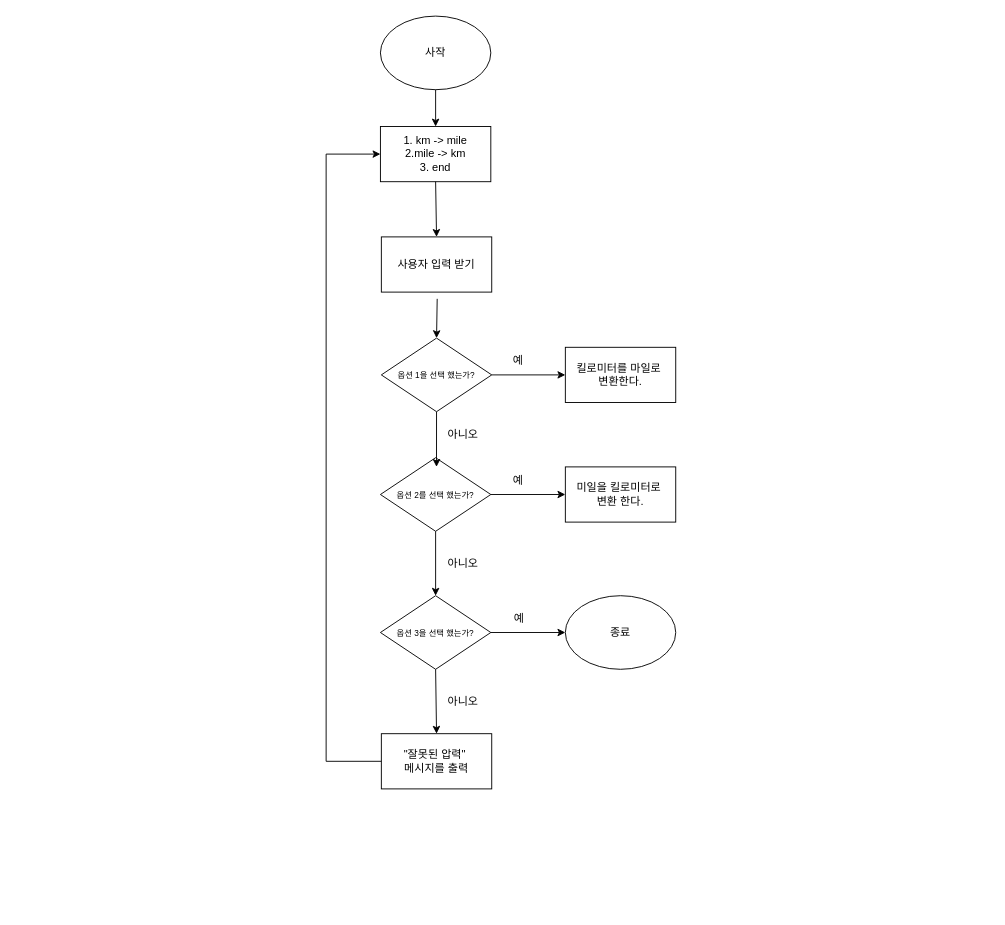
Earlier version of the draw.io diagram page "페이지-2" (2 of 2) of 제목 없는 다이어그램.drawio (kimboxu/pytet). Source tidied: cells renumbered, new cells numbered last; positions are measured from the earlier drawing's top-left corner, leaving out a move shared by most shapes. Both pictures are drawn from the tidied source at 92%, with x=0, y=0 at pixel (326, 16).
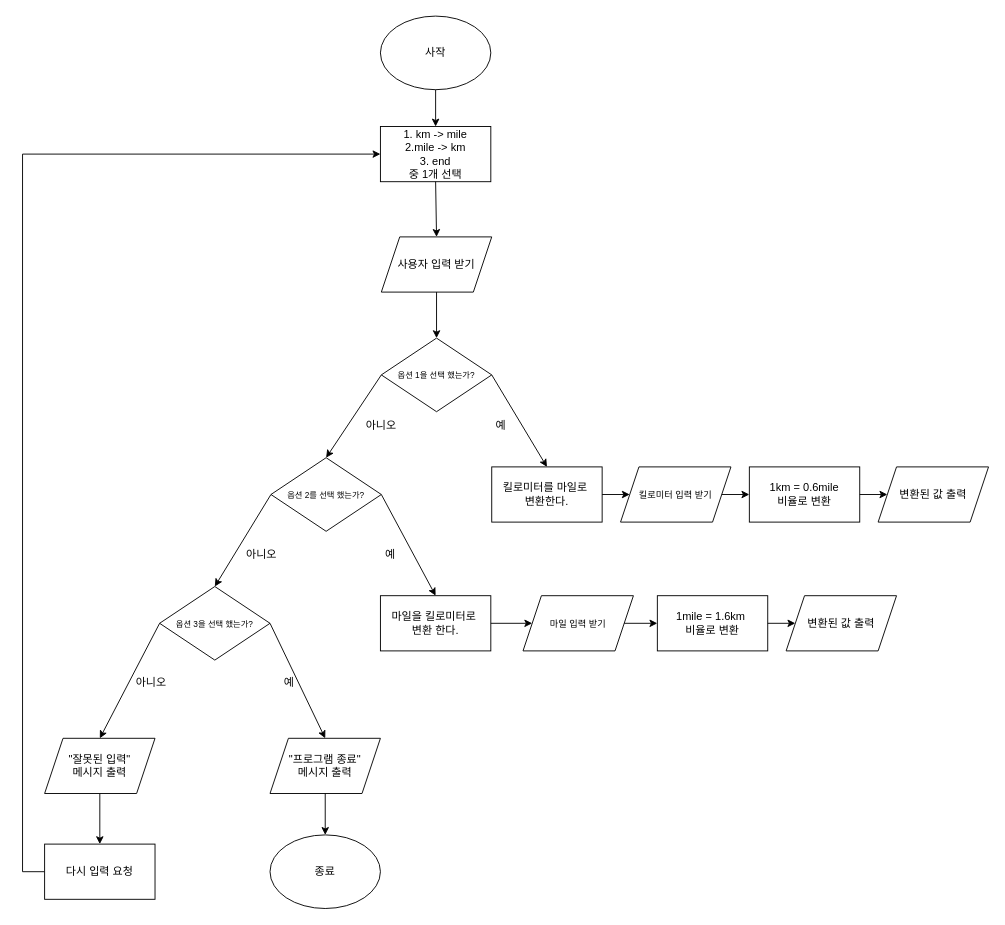
Above is the later version.

Commit message:
제목 없는 다이어그램.drawio 업데이트

The change refers to these unchanged cells:
```xml
<mxCell id="5" value="&lt;font style=&quot;font-size: 9px;&quot;&gt;옵션 1을 선택 했는가?&lt;/font&gt;" style="rhombus;whiteSpace=wrap;html=1;" parent="1" vertex="1">
  <mxGeometry x="60" y="350" width="120" height="80" as="geometry" />
</mxCell>
```

The edit, as a diff of the source:
```diff
@@
-    <mxCell id="3" value="1. km -&amp;gt; mile&lt;div&gt;2.mile -&amp;gt; km&lt;/div&gt;&lt;div&gt;3. end&lt;/div&gt;" style="rounded=0;whiteSpace=wrap;html=1;" parent="1" vertex="1">
+    <mxCell id="3" value="1. km -&amp;gt; mile&lt;div&gt;2.mile -&amp;gt; km&lt;/div&gt;&lt;div&gt;3. end&lt;br&gt;중 1개 선택&lt;/div&gt;" style="rounded=0;whiteSpace=wrap;html=1;" parent="1" vertex="1">
       <mxGeometry x="59" y="120" width="120" height="60" as="geometry" />
     </mxCell>
-    <mxCell id="4" value="사용자 입력 받기" style="rounded=0;whiteSpace=wrap;html=1;" parent="1" vertex="1">
-      <mxGeometry x="60" y="240" width="120" height="60" as="geometry" />
-    </mxCell>
@@
     <mxCell id="6" value="킬로미터를 마일로&amp;nbsp;&lt;div&gt;변환한다.&lt;/div&gt;" style="rounded=0;whiteSpace=wrap;html=1;" parent="1" vertex="1">
-      <mxGeometry x="260" y="360" width="120" height="60" as="geometry" />
+      <mxGeometry x="180" y="490" width="120" height="60" as="geometry" />
     </mxCell>
-    <mxCell id="7" value="미일을 킬로미터로&amp;nbsp;&lt;div&gt;변환 한다.&lt;/div&gt;" style="rounded=0;whiteSpace=wrap;html=1;" parent="1" vertex="1">
-      <mxGeometry x="260" y="490" width="120" height="60" as="geometry" />
+    <mxCell id="7" value="마일을 킬로미터로&amp;nbsp;&lt;div&gt;변환 한다.&lt;/div&gt;" style="rounded=0;whiteSpace=wrap;html=1;" parent="1" vertex="1">
+      <mxGeometry x="59" y="630" width="120" height="60" as="geometry" />
     </mxCell>
     <mxCell id="8" value="종료" style="ellipse;whiteSpace=wrap;html=1;" parent="1" vertex="1">
-      <mxGeometry x="260" y="630" width="120" height="80" as="geometry" />
+      <mxGeometry x="-61" y="890" width="120" height="80" as="geometry" />
     </mxCell>
     <mxCell id="9" value="&lt;font style=&quot;font-size: 9px;&quot;&gt;옵션 3을 선택 했는가?&lt;/font&gt;" style="rhombus;whiteSpace=wrap;html=1;" parent="1" vertex="1">
-      <mxGeometry x="59" y="630" width="120" height="80" as="geometry" />
+      <mxGeometry x="-181" y="620" width="120" height="80" as="geometry" />
     </mxCell>
     <mxCell id="10" value="&lt;font style=&quot;font-size: 9px;&quot;&gt;옵션 2를&lt;/font&gt;&lt;span style=&quot;font-size: 9px; background-color: transparent; color: light-dark(rgb(0, 0, 0), rgb(255, 255, 255));&quot;&gt;&amp;nbsp;선택 했는가?&lt;/span&gt;" style="rhombus;whiteSpace=wrap;html=1;" parent="1" vertex="1">
-      <mxGeometry x="59" y="480" width="120" height="80" as="geometry" />
+      <mxGeometry x="-60" y="480" width="120" height="80" as="geometry" />
     </mxCell>
-    <mxCell id="11" value="&quot;잘못된 압력&quot;&amp;nbsp;&lt;div&gt;메시지를 출력&lt;/div&gt;" style="rounded=0;whiteSpace=wrap;html=1;" parent="1" vertex="1">
-      <mxGeometry x="60" y="780" width="120" height="60" as="geometry" />
-    </mxCell>
-    <mxCell id="12" style="endArrow=classic;html=1;rounded=0;exitX=0;exitY=0.5;exitDx=0;exitDy=0;entryX=0;entryY=0.5;entryDx=0;entryDy=0;" parent="1" edge="1" source="11" target="3">
+    <mxCell id="12" style="endArrow=classic;html=1;rounded=0;exitX=0;exitY=0.5;exitDx=0;exitDy=0;entryX=0;entryY=0.5;entryDx=0;entryDy=0;" parent="1" edge="1" source="31" target="3">
       <mxGeometry relative="1" as="geometry">
         <Array as="points">
-          <mxPoint y="810" />
-          <mxPoint y="150" />
+          <mxPoint x="-330" y="930" />
+          <mxPoint x="-330" y="150" />
         </Array>
       </mxGeometry>
     </mxCell>
@@
-    <mxCell id="15" style="endArrow=classic;html=1;rounded=0;exitX=0.5;exitY=1;exitDx=0;exitDy=0;" parent="1" edge="1" source="10" target="9">
+    <mxCell id="15" style="endArrow=classic;html=1;rounded=0;exitX=0;exitY=0.5;exitDx=0;exitDy=0;entryX=0.5;entryY=0;entryDx=0;entryDy=0;" parent="1" edge="1" source="10" target="9">
       <mxGeometry relative="1" as="geometry" />
     </mxCell>
-    <mxCell id="16" style="endArrow=classic;html=1;rounded=0;exitX=0.5;exitY=1;exitDx=0;exitDy=0;entryX=0.508;entryY=0.125;entryDx=0;entryDy=0;entryPerimeter=0;" parent="1" edge="1" source="5" target="10">
+    <mxCell id="16" style="endArrow=classic;html=1;rounded=0;exitX=0;exitY=0.5;exitDx=0;exitDy=0;entryX=0.5;entryY=0;entryDx=0;entryDy=0;" parent="1" edge="1" source="5" target="10">
       <mxGeometry relative="1" as="geometry" />
     </mxCell>
-    <mxCell id="17" style="endArrow=classic;html=1;rounded=0;exitX=0.506;exitY=1.122;exitDx=0;exitDy=0;exitPerimeter=0;entryX=0.5;entryY=0;entryDx=0;entryDy=0;" parent="1" edge="1" source="4" target="5">
+    <mxCell id="17" style="endArrow=classic;html=1;rounded=0;entryX=0.5;entryY=0;entryDx=0;entryDy=0;exitX=0.5;exitY=1;exitDx=0;exitDy=0;" parent="1" edge="1" source="4" target="5">
       <mxGeometry relative="1" as="geometry" />
     </mxCell>
-    <mxCell id="18" style="endArrow=classic;html=1;rounded=0;exitX=1;exitY=0.5;exitDx=0;exitDy=0;entryX=0;entryY=0.5;entryDx=0;entryDy=0;" parent="1" edge="1" source="5" target="6">
+    <mxCell id="18" style="endArrow=classic;html=1;rounded=0;exitX=1;exitY=0.5;exitDx=0;exitDy=0;entryX=0.5;entryY=0;entryDx=0;entryDy=0;" parent="1" edge="1" source="5" target="6">
       <mxGeometry relative="1" as="geometry" />
     </mxCell>
-    <mxCell id="19" style="endArrow=classic;html=1;rounded=0;exitX=1;exitY=0.5;exitDx=0;exitDy=0;entryX=0;entryY=0.5;entryDx=0;entryDy=0;" parent="1" edge="1" source="10" target="7">
+    <mxCell id="19" style="endArrow=classic;html=1;rounded=0;exitX=1;exitY=0.5;exitDx=0;exitDy=0;entryX=0.5;entryY=0;entryDx=0;entryDy=0;" parent="1" edge="1" source="10" target="7">
       <mxGeometry relative="1" as="geometry" />
     </mxCell>
-    <mxCell id="20" style="endArrow=classic;html=1;rounded=0;exitX=1;exitY=0.5;exitDx=0;exitDy=0;entryX=0;entryY=0.5;entryDx=0;entryDy=0;" parent="1" edge="1" source="9" target="8">
+    <mxCell id="20" style="endArrow=classic;html=1;rounded=0;exitX=1;exitY=0.5;exitDx=0;exitDy=0;entryX=0.5;entryY=0;entryDx=0;entryDy=0;" parent="1" edge="1" source="9" target="43">
       <mxGeometry relative="1" as="geometry" />
     </mxCell>
-    <mxCell id="21" style="endArrow=classic;html=1;rounded=0;exitX=0.5;exitY=1;exitDx=0;exitDy=0;entryX=0.5;entryY=0;entryDx=0;entryDy=0;" parent="1" edge="1" source="9" target="11">
+    <mxCell id="21" style="endArrow=classic;html=1;rounded=0;exitX=0;exitY=0.5;exitDx=0;exitDy=0;entryX=0.5;entryY=0;entryDx=0;entryDy=0;" parent="1" edge="1" source="9" target="44">
       <mxGeometry relative="1" as="geometry" />
     </mxCell>
     <mxCell id="22" value="예" style="text;strokeColor=none;align=center;fillColor=none;html=1;verticalAlign=middle;whiteSpace=wrap;rounded=0;" parent="1" vertex="1">
-      <mxGeometry x="180" y="640" width="60" height="30" as="geometry" />
+      <mxGeometry x="-70" y="710" width="60" height="30" as="geometry" />
     </mxCell>
     <mxCell id="23" value="예" style="text;strokeColor=none;align=center;fillColor=none;html=1;verticalAlign=middle;whiteSpace=wrap;rounded=0;" parent="1" vertex="1">
-      <mxGeometry x="179" y="360" width="60" height="30" as="geometry" />
+      <mxGeometry x="160" y="430" width="60" height="30" as="geometry" />
     </mxCell>
     <mxCell id="24" value="예" style="text;strokeColor=none;align=center;fillColor=none;html=1;verticalAlign=middle;whiteSpace=wrap;rounded=0;" parent="1" vertex="1">
-      <mxGeometry x="179" y="490" width="60" height="30" as="geometry" />
+      <mxGeometry x="40" y="570" width="60" height="30" as="geometry" />
     </mxCell>
     <mxCell id="25" value="아니오" style="text;strokeColor=none;align=center;fillColor=none;html=1;verticalAlign=middle;whiteSpace=wrap;rounded=0;" parent="1" vertex="1">
-      <mxGeometry x="119" y="730" width="60" height="30" as="geometry" />
+      <mxGeometry x="-220" y="710" width="60" height="30" as="geometry" />
     </mxCell>
     <mxCell id="26" value="아니오" style="text;strokeColor=none;align=center;fillColor=none;html=1;verticalAlign=middle;whiteSpace=wrap;rounded=0;" parent="1" vertex="1">
-      <mxGeometry x="119" y="580" width="60" height="30" as="geometry" />
+      <mxGeometry x="-100" y="570" width="60" height="30" as="geometry" />
     </mxCell>
     <mxCell id="27" value="아니오" style="text;strokeColor=none;align=center;fillColor=none;html=1;verticalAlign=middle;whiteSpace=wrap;rounded=0;" parent="1" vertex="1">
-      <mxGeometry x="119" y="440" width="60" height="30" as="geometry" />
+      <mxGeometry x="30" y="430" width="60" height="30" as="geometry" />
     </mxCell>
+    <mxCell id="4" value="사용자 입력 받기" style="shape=parallelogram;perimeter=parallelogramPerimeter;whiteSpace=wrap;html=1;fixedSize=1;" parent="1" vertex="1">
+      <mxGeometry x="60" y="240" width="120" height="60" as="geometry" />
+    </mxCell>
+    <mxCell id="28" value="&lt;font style=&quot;font-size: 10px;&quot;&gt;킬로미터 입력 받기&lt;/font&gt;" style="shape=parallelogram;perimeter=parallelogramPerimeter;whiteSpace=wrap;html=1;fixedSize=1;" parent="1" vertex="1">
+      <mxGeometry x="320" y="490" width="120" height="60" as="geometry" />
+    </mxCell>
+    <mxCell id="29" value="&lt;font size=&quot;1&quot;&gt;마일 입력 받기&lt;/font&gt;" style="shape=parallelogram;perimeter=parallelogramPerimeter;whiteSpace=wrap;html=1;fixedSize=1;" parent="1" vertex="1">
+      <mxGeometry x="214" y="630" width="120" height="60" as="geometry" />
+    </mxCell>
+    <mxCell id="30" style="endArrow=classic;html=1;rounded=0;exitX=0;exitY=0.5;exitDx=0;exitDy=0;entryX=0;entryY=0.5;entryDx=0;entryDy=0;" parent="1" edge="1" source="31" target="31">
+      <mxGeometry relative="1" as="geometry" />
+    </mxCell>
+    <mxCell id="31" value="다시 입력 요청" style="rounded=0;whiteSpace=wrap;html=1;" parent="1" vertex="1">
+      <mxGeometry x="-306" y="900" width="120" height="60" as="geometry" />
+    </mxCell>
+    <mxCell id="32" style="endArrow=classic;html=1;rounded=0;exitX=0.5;exitY=1;exitDx=0;exitDy=0;entryX=0.5;entryY=0;entryDx=0;entryDy=0;" parent="1" edge="1" source="44" target="31">
+      <mxGeometry relative="1" as="geometry" />
+    </mxCell>
+    <mxCell id="33" style="endArrow=classic;html=1;rounded=0;exitX=1;exitY=0.5;exitDx=0;exitDy=0;entryX=0;entryY=0.5;entryDx=0;entryDy=0;" parent="1" edge="1" source="28" target="37">
+      <mxGeometry relative="1" as="geometry" />
+    </mxCell>
+    <mxCell id="34" style="endArrow=classic;html=1;rounded=0;exitX=1;exitY=0.5;exitDx=0;exitDy=0;" parent="1" edge="1" source="7" target="29">
+      <mxGeometry relative="1" as="geometry" />
+    </mxCell>
+    <mxCell id="35" style="endArrow=classic;html=1;rounded=0;exitX=1;exitY=0.5;exitDx=0;exitDy=0;entryX=0;entryY=0.5;entryDx=0;entryDy=0;" parent="1" edge="1" source="6" target="28">
+      <mxGeometry relative="1" as="geometry" />
+    </mxCell>
+    <mxCell id="36" style="endArrow=classic;html=1;rounded=0;exitX=1;exitY=0.5;exitDx=0;exitDy=0;entryX=0;entryY=0.5;entryDx=0;entryDy=0;" parent="1" edge="1" source="29" target="38">
+      <mxGeometry relative="1" as="geometry" />
+    </mxCell>
+    <mxCell id="37" value="1km = 0.6mile&lt;div&gt;&lt;span style=&quot;background-color: transparent; color: light-dark(rgb(0, 0, 0), rgb(255, 255, 255));&quot;&gt;비율로 변환&lt;/span&gt;&lt;/div&gt;" style="rounded=0;whiteSpace=wrap;html=1;" parent="1" vertex="1">
+      <mxGeometry x="460" y="490" width="120" height="60" as="geometry" />
+    </mxCell>
+    <mxCell id="38" value="1mile = 1.6km&amp;nbsp;&lt;div&gt;비율로 변환&lt;/div&gt;" style="rounded=0;whiteSpace=wrap;html=1;" parent="1" vertex="1">
+      <mxGeometry x="360" y="630" width="120" height="60" as="geometry" />
+    </mxCell>
+    <mxCell id="39" value="변환된 값 출력" style="shape=parallelogram;perimeter=parallelogramPerimeter;whiteSpace=wrap;html=1;fixedSize=1;" parent="1" vertex="1">
+      <mxGeometry x="500" y="630" width="120" height="60" as="geometry" />
+    </mxCell>
+    <mxCell id="40" value="변환된 값 출력" style="shape=parallelogram;perimeter=parallelogramPerimeter;whiteSpace=wrap;html=1;fixedSize=1;" parent="1" vertex="1">
+      <mxGeometry x="600" y="490" width="120" height="60" as="geometry" />
+    </mxCell>
+    <mxCell id="41" style="endArrow=classic;html=1;rounded=0;exitX=1;exitY=0.5;exitDx=0;exitDy=0;entryX=0;entryY=0.5;entryDx=0;entryDy=0;" parent="1" edge="1" source="38" target="39">
+      <mxGeometry relative="1" as="geometry" />
+    </mxCell>
+    <mxCell id="42" style="endArrow=classic;html=1;rounded=0;exitX=1;exitY=0.5;exitDx=0;exitDy=0;entryX=0;entryY=0.5;entryDx=0;entryDy=0;" parent="1" edge="1" source="37" target="40">
+      <mxGeometry relative="1" as="geometry" />
+    </mxCell>
+    <mxCell id="43" value="&quot;프로그램 종료&quot;&lt;div&gt;메시지 출력&lt;/div&gt;" style="shape=parallelogram;perimeter=parallelogramPerimeter;whiteSpace=wrap;html=1;fixedSize=1;" parent="1" vertex="1">
+      <mxGeometry x="-61" y="785" width="120" height="60" as="geometry" />
+    </mxCell>
+    <mxCell id="44" value="&quot;잘못된 입력&quot;&lt;div&gt;메시지 출력&lt;/div&gt;" style="shape=parallelogram;perimeter=parallelogramPerimeter;whiteSpace=wrap;html=1;fixedSize=1;" parent="1" vertex="1">
+      <mxGeometry x="-306" y="785" width="120" height="60" as="geometry" />
+    </mxCell>
+    <mxCell id="45" style="endArrow=classic;html=1;rounded=0;exitX=0.5;exitY=1;exitDx=0;exitDy=0;entryX=0.5;entryY=0;entryDx=0;entryDy=0;" parent="1" edge="1" source="43" target="8">
+      <mxGeometry relative="1" as="geometry" />
+    </mxCell>
```
